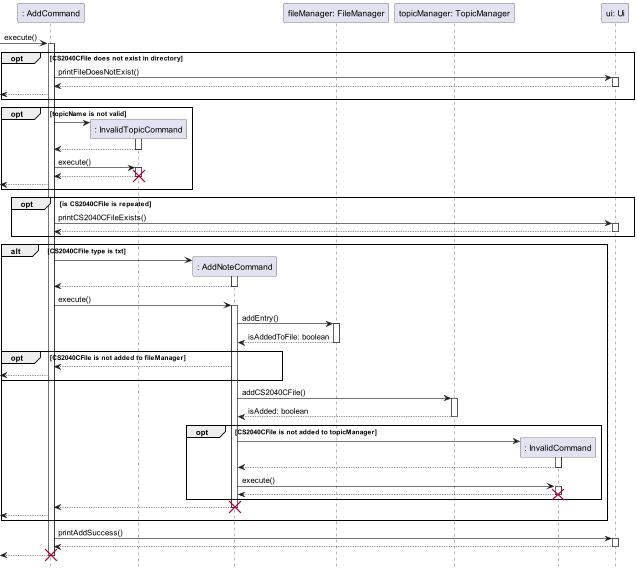
The PlantUML diagram docs/sequence-diagrams/diagrams/AddFeature.png in ong-ck/tp, before a commit.
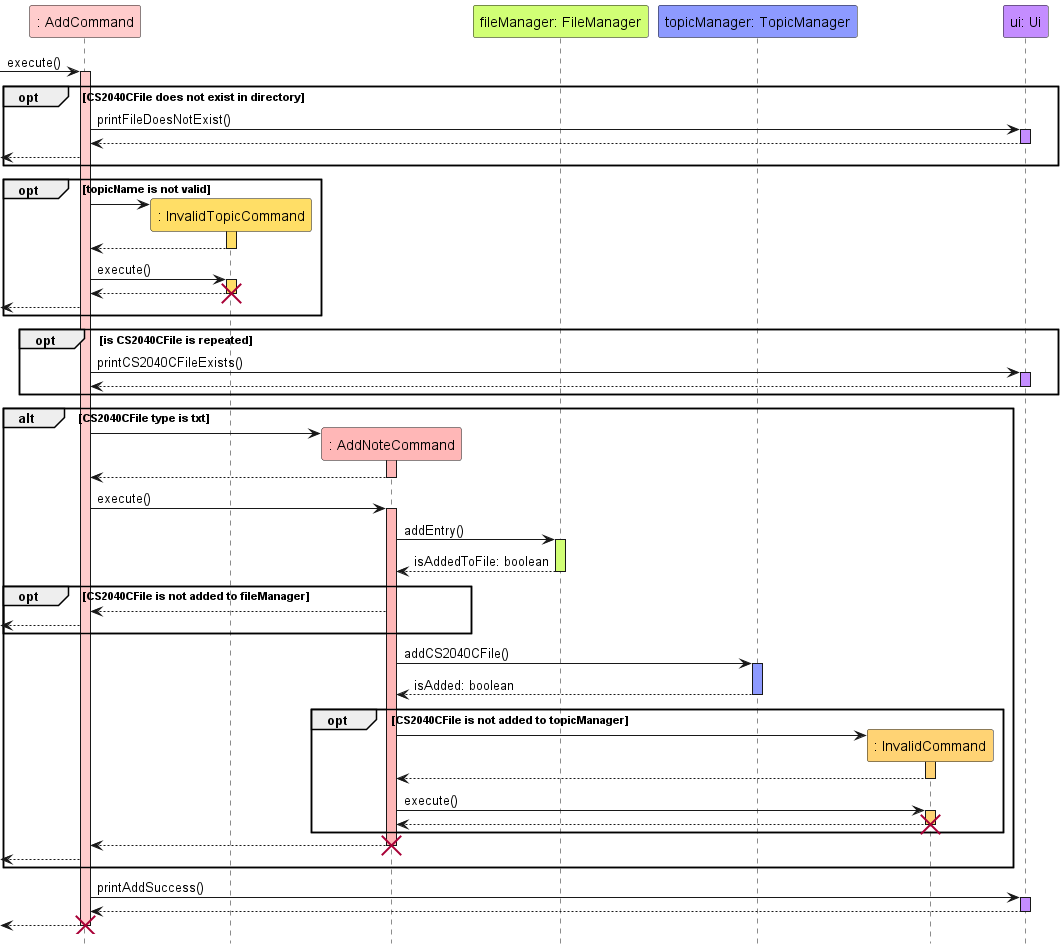
The same file after the commit.

What changed in the source:
```diff
@@ -1,30 +1,31 @@
 @startuml
+!include ../../style.iuml
 hide footbox
 
-participant ": AddCommand" as AddCommand
-participant ": InvalidTopicCommand" as InvalidTopicCommand
-participant ": AddNoteCommand" as AddNoteCommand
-participant "fileManager: FileManager" as FileManager
-participant "topicManager: TopicManager" as TopicManager
-participant ": InvalidCommand" as InvalidCommand
-participant "ui: Ui" as Ui
+participant ": AddCommand" as AddCommand AddCommand_STYLE
+participant ": InvalidTopicCommand" as InvalidTopicCommand InvalidTopicCommand_STYLE
+participant ": AddNoteCommand" as AddNoteCommand AddNoteCommand_STYLE
+participant "fileManager: FileManager" as FileManager FileManager_STYLE
+participant "topicManager: TopicManager" as TopicManager TopicManager_STYLE
+participant ": InvalidCommand" as InvalidCommand InvalidCommand_STYLE
+participant "ui: Ui" as Ui Ui_STYLE
 
 -> AddCommand : execute()
-activate AddCommand
+activate AddCommand AddCommand_STYLE
     opt CS2040CFile does not exist in directory
         AddCommand -> Ui : printFileDoesNotExist()
-        activate Ui
+        activate Ui Ui_STYLE
         return
         <-- AddCommand
     end
 
     opt topicName is not valid
         AddCommand -> InvalidTopicCommand **
-        activate InvalidTopicCommand
+        activate InvalidTopicCommand InvalidTopicCommand_STYLE
         return
 
         AddCommand -> InvalidTopicCommand: execute()
-        activate InvalidTopicCommand
+        activate InvalidTopicCommand InvalidTopicCommand_STYLE
         return
         destroy InvalidTopicCommand
         <-- AddCommand
@@ -32,19 +33,19 @@
 
     opt is CS2040CFile is repeated
         AddCommand -> Ui : printCS2040CFileExists()
-        activate Ui
+        activate Ui Ui_STYLE
         return
     end
 
     alt CS2040CFile type is txt
         AddCommand -> AddNoteCommand **
-        activate AddNoteCommand
+        activate AddNoteCommand AddNoteCommand_STYLE
         return
 
         AddCommand -> AddNoteCommand : execute()
-        activate AddNoteCommand
+        activate AddNoteCommand AddNoteCommand_STYLE
             AddNoteCommand -> FileManager : addEntry()
-            activate FileManager
+            activate FileManager FileManager_STYLE
             return isAddedToFile: boolean
 
             opt CS2040CFile is not added to fileManager
@@ -53,16 +54,16 @@
             end
 
             AddNoteCommand -> TopicManager : addCS2040CFile()
-            activate TopicManager
+            activate TopicManager TopicManager_STYLE
             return isAdded: boolean
 
             opt CS2040CFile is not added to topicManager
                 AddNoteCommand -> InvalidCommand **
-                activate InvalidCommand
+                activate InvalidCommand InvalidCommand_STYLE
                 return
 
                 AddNoteCommand -> InvalidCommand : execute()
-                activate InvalidCommand
+                activate InvalidCommand InvalidCommand_STYLE
                 return
                 destroy InvalidCommand
             end
@@ -71,7 +72,7 @@
             <-- AddCommand
     end
     AddCommand -> Ui : printAddSuccess()
-    activate Ui
+    activate Ui Ui_STYLE
     return
 return
 destroy AddCommand
```
